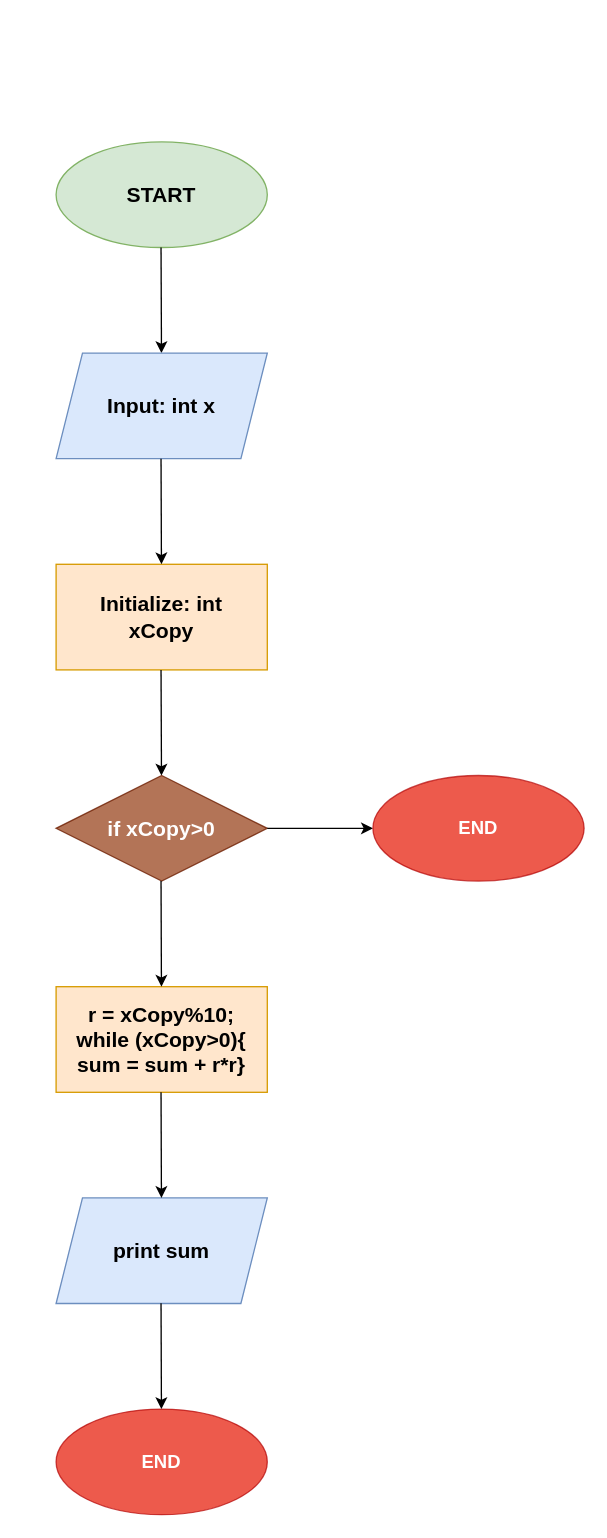
Before: flowchart Q0.drawio in johnkk1316/pseudo-code-and-algorithym, a draw.io diagram. Source tidied: cells renumbered, new cells numbered last; positions are measured from the earlier drawing's top-left corner, leaving out a move shared by most shapes. Both pictures are drawn from the tidied source at 132%, with x=0, y=0 at pixel (55, 141).
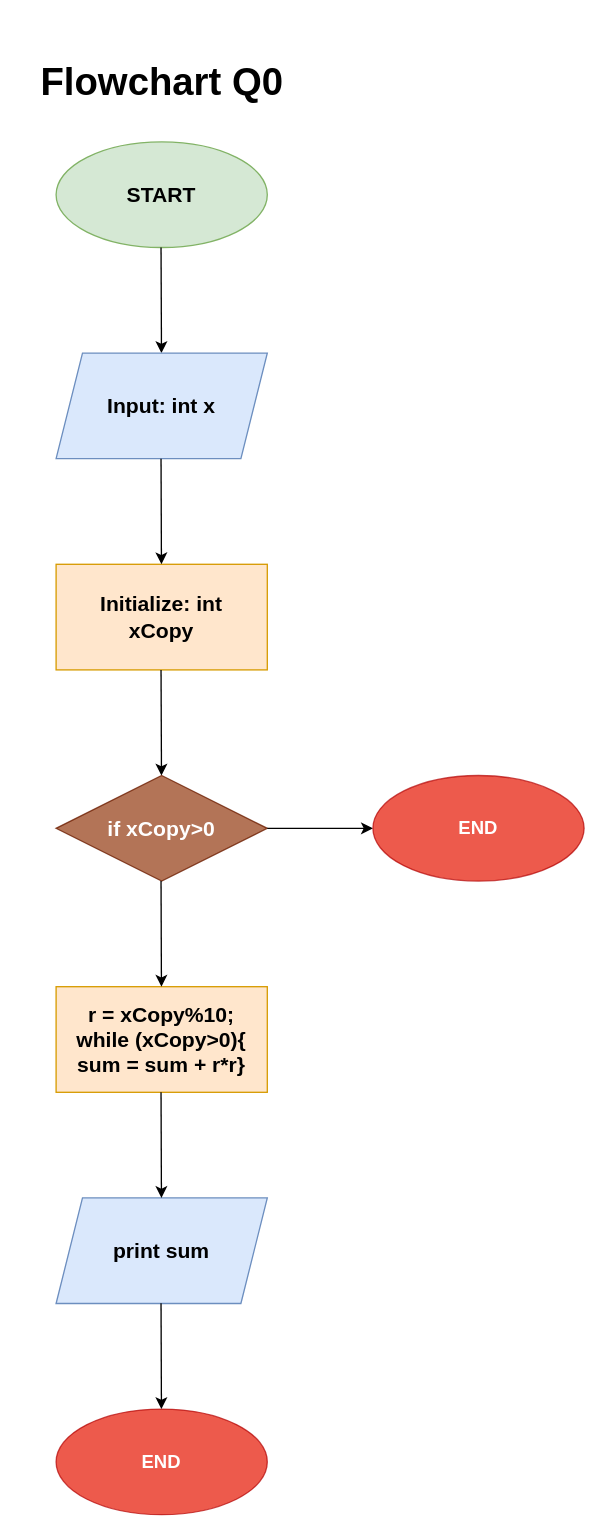
The same diagram, later.

Change to the diagram source:
```diff
@@
+    <mxCell id="17" value="&lt;h1 style=&quot;font-size: 29px;&quot;&gt;&lt;font style=&quot;font-size: 29px;&quot;&gt;Flowchart Q0&lt;/font&gt;&lt;/h1&gt;" style="text;html=1;align=center;verticalAlign=middle;strokeColor=none;fillColor=none;fontSize=14;" parent="1" vertex="1">
+      <mxGeometry x="-25" y="-90" width="210" height="90" as="geometry" />
+    </mxCell>
```
